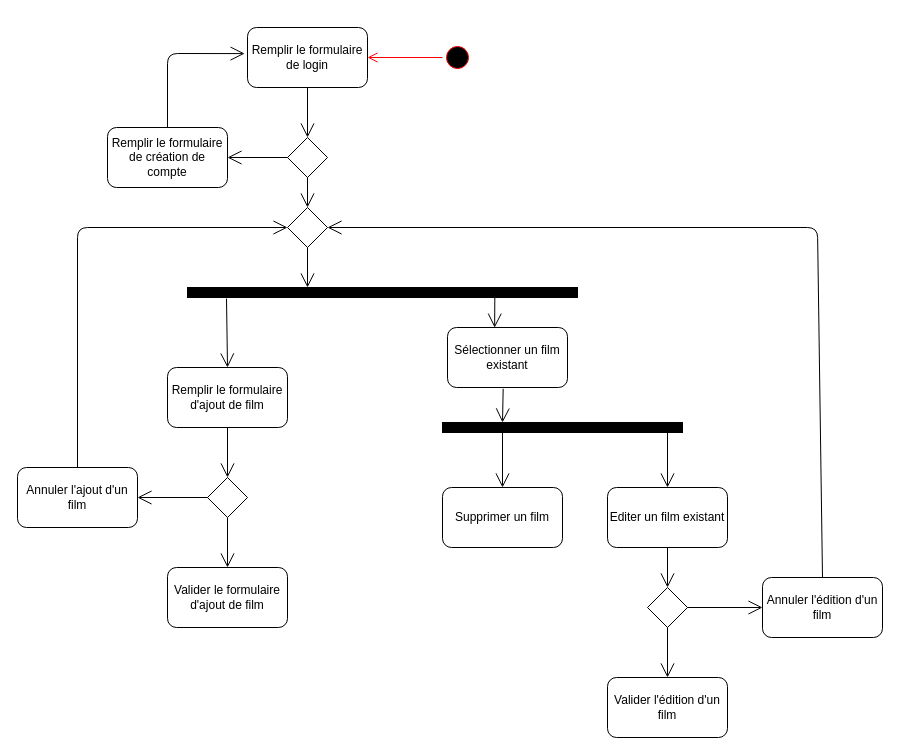
LionelENSFELDER/movies-manager keeps this draw.io diagram as ressources/dossier-projet/state-transition-diagram.drawio. Above is the earlier version. Source tidied: cells renumbered, new cells numbered last; positions are measured from the earlier drawing's top-left corner, leaving out a move shared by most shapes. Both pictures are drawn from the tidied source at 100%, with x=0, y=0 at pixel (17, 27).
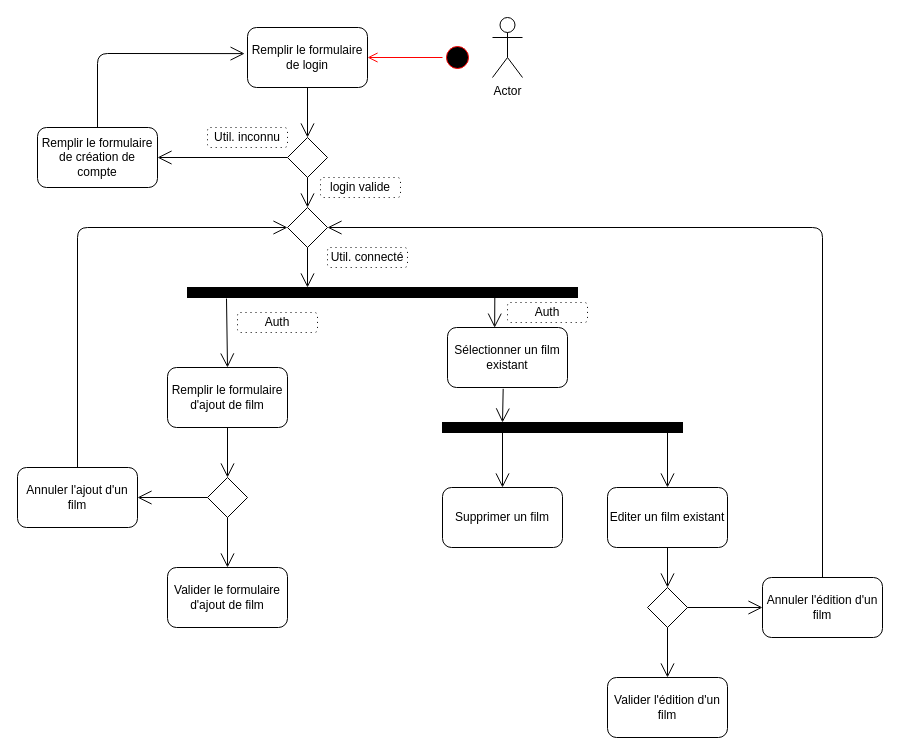
Above is the later version.

The change refers to these unchanged cells:
```xml
<mxCell id="2" value="Remplir le formulaire de login" style="rounded=1;whiteSpace=wrap;html=1;" parent="1" vertex="1">
  <mxGeometry x="230" width="120" height="60" as="geometry" />
</mxCell>
<mxCell id="7" style="rhombus;whiteSpace=wrap;html=1;" parent="1" vertex="1">
  <mxGeometry x="270" y="180" width="40" height="40" as="geometry" />
</mxCell>
<mxCell id="20" value="Annuler l'édition d'un film" style="rounded=1;whiteSpace=wrap;html=1;fillColor=#FFFFFF;" parent="1" vertex="1">
  <mxGeometry x="745" y="550" width="120" height="60" as="geometry" />
</mxCell>
```

Change to the diagram source:
```diff
@@
     <mxCell id="6" value="Remplir le formulaire de création de compte" style="rounded=1;whiteSpace=wrap;html=1;" parent="1" vertex="1">
-      <mxGeometry x="90" y="100" width="120" height="60" as="geometry" />
+      <mxGeometry x="20" y="100" width="120" height="60" as="geometry" />
     </mxCell>
@@
     <mxCell id="9" style="endArrow=open;endFill=1;endSize=12;html=1;exitX=0.5;exitY=0;exitDx=0;exitDy=0;entryX=-0.024;entryY=0.435;entryDx=0;entryDy=0;entryPerimeter=0;" parent="1" edge="1" source="6" target="2">
       <mxGeometry relative="1" as="geometry">
         <Array as="points">
-          <mxPoint x="150" y="26" />
+          <mxPoint x="80" y="26" />
         </Array>
       </mxGeometry>
     </mxCell>
@@
     <mxCell id="28" style="endArrow=open;endFill=1;endSize=12;html=1;entryX=1;entryY=0.5;entryDx=0;entryDy=0;exitX=0.5;exitY=0;exitDx=0;exitDy=0;" parent="1" edge="1" source="20" target="7">
       <mxGeometry relative="1" as="geometry">
         <Array as="points">
-          <mxPoint x="800" y="200" />
+          <mxPoint x="805" y="200" />
         </Array>
       </mxGeometry>
     </mxCell>
@@
+    <mxCell id="38" value="Actor" style="shape=umlActor;verticalLabelPosition=bottom;labelBackgroundColor=#ffffff;verticalAlign=top;html=1;" parent="1" vertex="1">
+      <mxGeometry x="475" y="-10" width="30" height="60" as="geometry" />
+    </mxCell>
+    <mxCell id="39" value="Util. inconnu" style="shape=ext;rounded=1;html=1;whiteSpace=wrap;dashed=1;dashPattern=1 4;" parent="1" vertex="1">
+      <mxGeometry x="190" y="100" width="80" height="20" as="geometry" />
+    </mxCell>
+    <mxCell id="40" value="login valide" style="shape=ext;rounded=1;html=1;whiteSpace=wrap;dashed=1;dashPattern=1 4;" parent="1" vertex="1">
+      <mxGeometry x="303" y="150" width="80" height="20" as="geometry" />
+    </mxCell>
+    <mxCell id="41" value="Util. connecté" style="shape=ext;rounded=1;html=1;whiteSpace=wrap;dashed=1;dashPattern=1 4;" parent="1" vertex="1">
+      <mxGeometry x="310" y="220" width="80" height="20" as="geometry" />
+    </mxCell>
+    <mxCell id="42" value="Auth" style="shape=ext;rounded=1;html=1;whiteSpace=wrap;dashed=1;dashPattern=1 4;" parent="1" vertex="1">
+      <mxGeometry x="490" y="275" width="80" height="20" as="geometry" />
+    </mxCell>
+    <mxCell id="43" value="Auth" style="shape=ext;rounded=1;html=1;whiteSpace=wrap;dashed=1;dashPattern=1 4;" parent="1" vertex="1">
+      <mxGeometry x="220" y="285" width="80" height="20" as="geometry" />
+    </mxCell>
```
